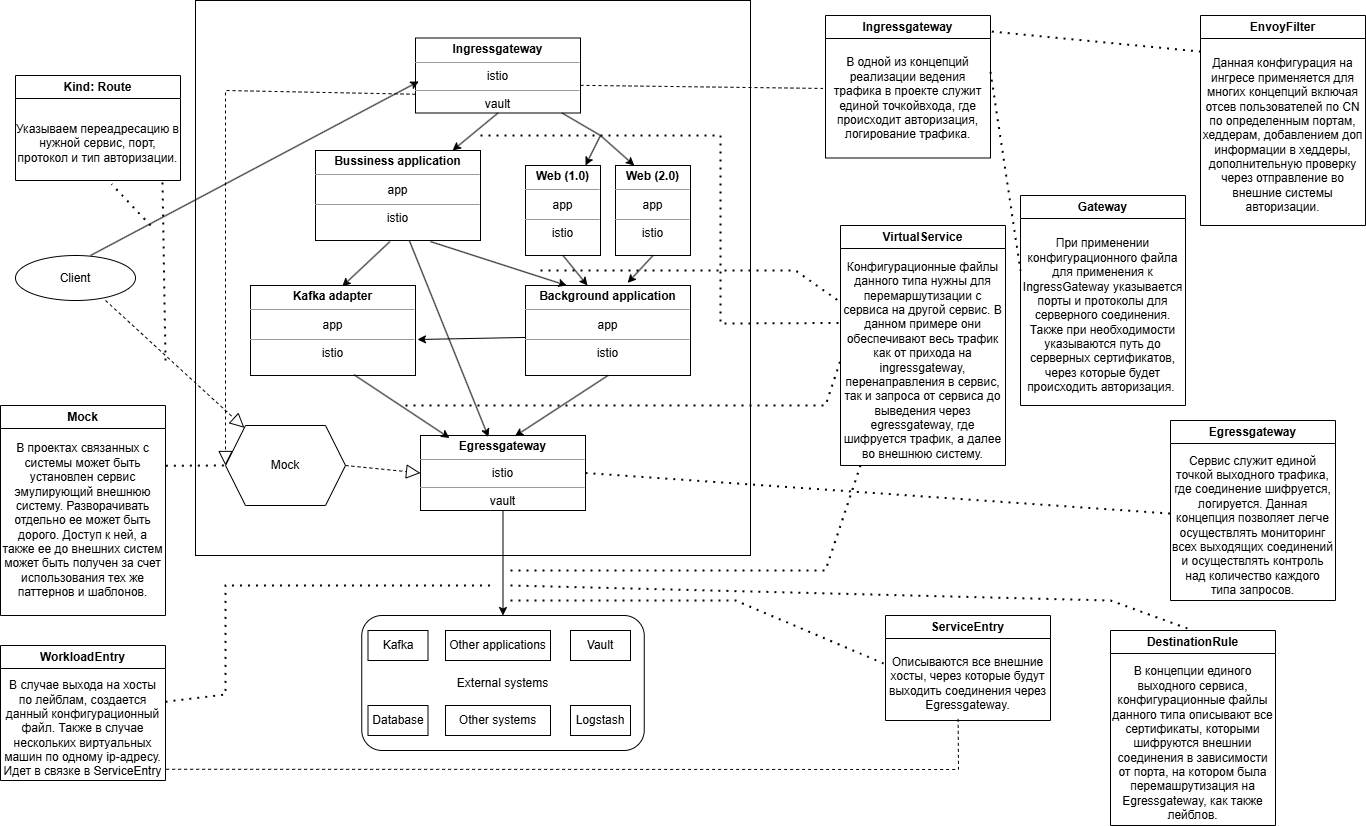
Earlier version of the draw.io export Mesh.drawio.png (Tiger20111/Article). Source tidied: cells renumbered, new cells last; positions are measured from the earlier drawing's top-left corner, leaving out a move shared by most shapes.
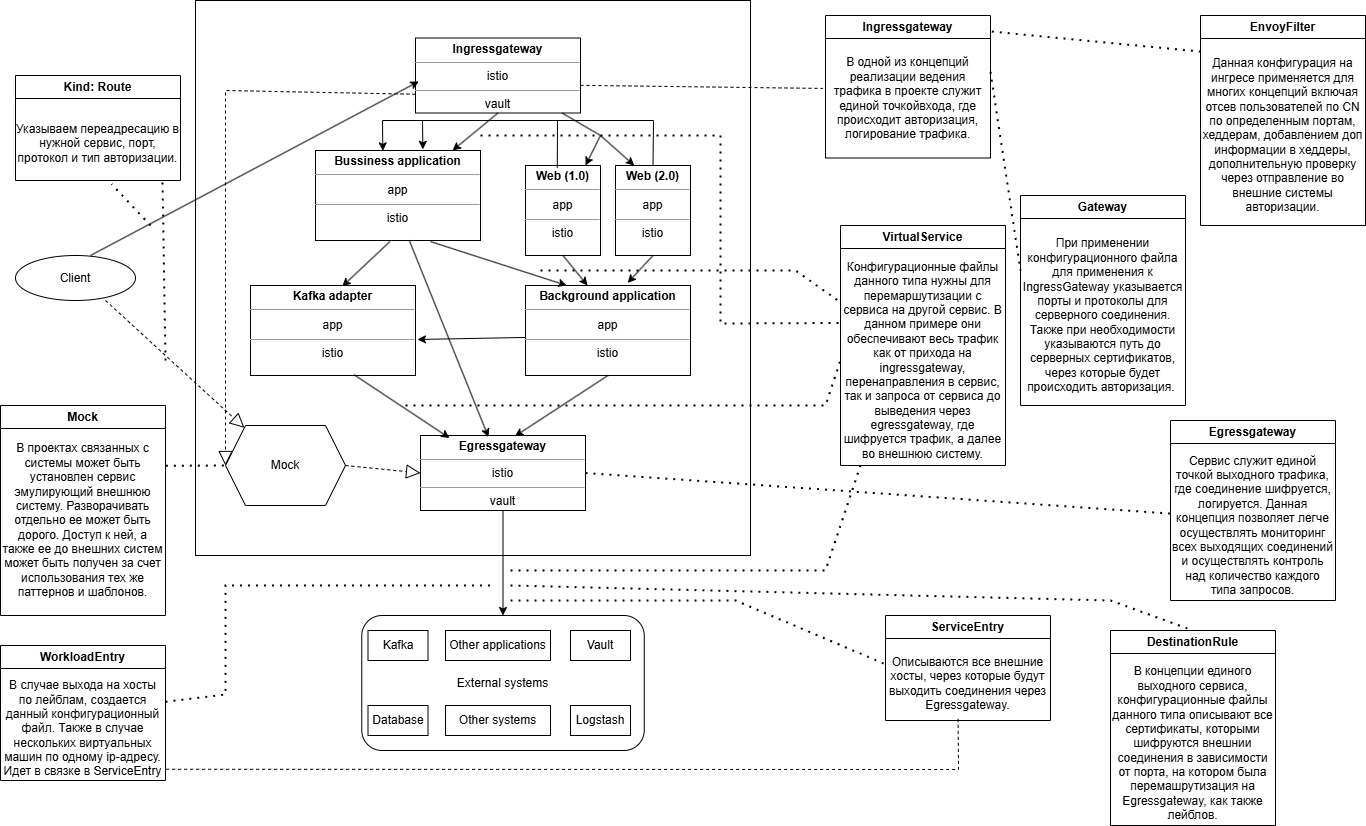
After the commit.

Change to the diagram source:
```diff
@@ -267,5 +267,21 @@
         </Array>
       </mxGeometry>
     </mxCell>
+    <mxCell id="71" style="endArrow=classic;html=1;rounded=0;entryX=0.408;entryY=0.004;entryDx=0;entryDy=0;entryPerimeter=0;exitX=0.424;exitY=0.024;exitDx=0;exitDy=0;exitPerimeter=0;" parent="1" edge="1" source="8" target="5">
+      <mxGeometry relative="1" as="geometry">
+        <Array as="points">
+          <mxPoint x="557" y="120" />
+          <mxPoint x="382" y="120" />
+        </Array>
+      </mxGeometry>
+    </mxCell>
+    <mxCell id="72" style="endArrow=classic;html=1;rounded=0;exitX=0.5;exitY=0;exitDx=0;exitDy=0;entryX=0.651;entryY=-0.013;entryDx=0;entryDy=0;entryPerimeter=0;" parent="1" edge="1" source="63" target="5">
+      <mxGeometry relative="1" as="geometry">
+        <Array as="points">
+          <mxPoint x="653" y="120" />
+          <mxPoint x="422" y="120" />
+        </Array>
+      </mxGeometry>
+    </mxCell>
   </root>
 </mxGraphModel>
```
